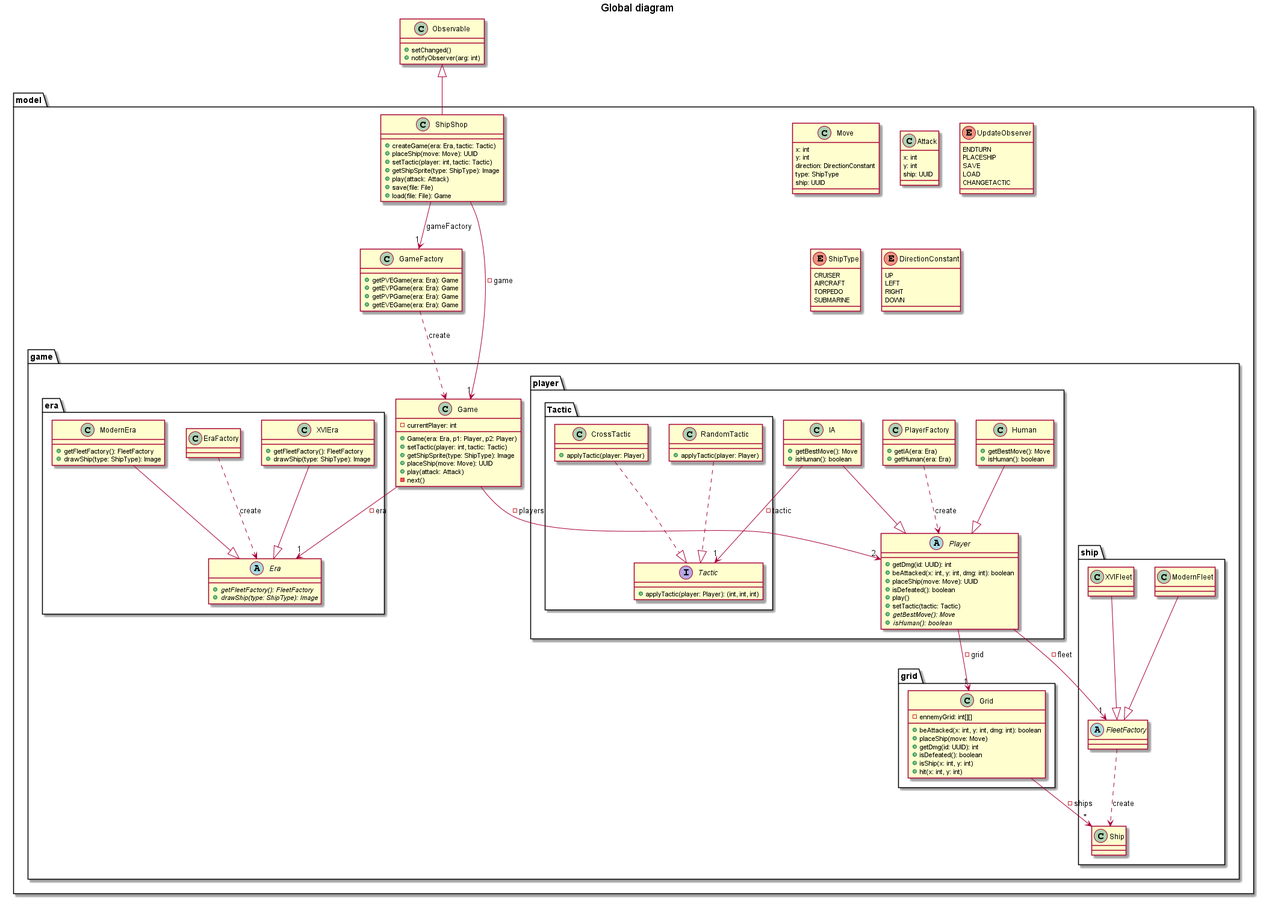
Reynault/ShipShop keeps this PlantUML diagram as doc/conception/image/class/global.png. Above is the earlier version.
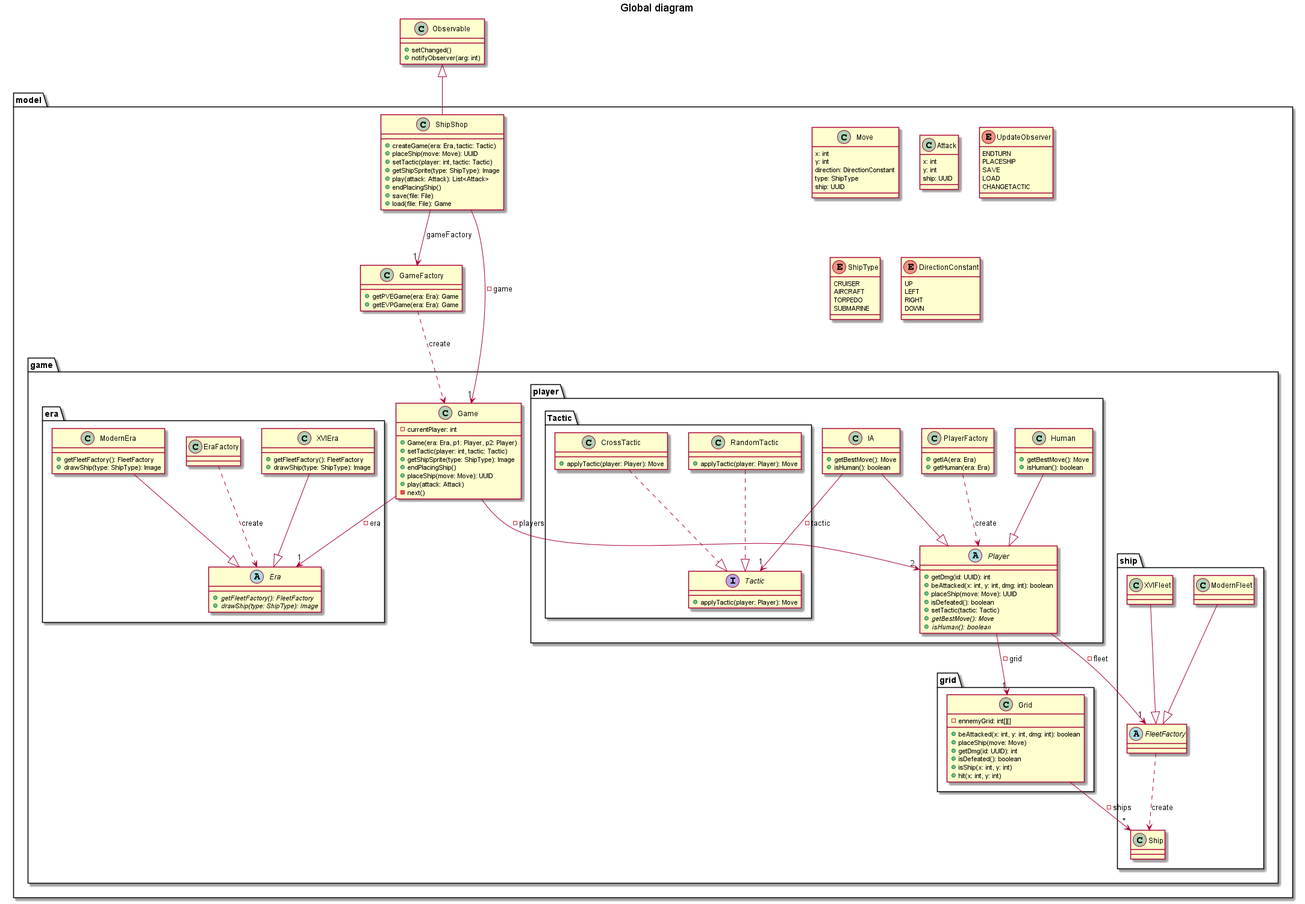
The same diagram one commit later.

The edit, as a diff of the source:
```diff
@@ -26,8 +26,6 @@
     class GameFactory{
         + getPVEGame(era: Era): Game
         + getEVPGame(era: Era): Game
-        + getPVPGame(era: Era): Game
-        + getEVEGame(era: Era): Game
     }
 
     enum UpdateObserver{
@@ -57,7 +55,8 @@
         + placeShip(move: Move): UUID
         + setTactic(player: int, tactic: Tactic)
         + getShipSprite(type: ShipType): Image
-        + play(attack: Attack)
+        + play(attack: Attack): List<Attack>
+        + endPlacingShip()
         + save(file: File)
         + load(file: File): Game
     }
@@ -92,6 +91,7 @@
             + Game(era: Era, p1: Player, p2: Player)
             + setTactic(player: int, tactic: Tactic)
             + getShipSprite(type: ShipType): Image
+            + endPlacingShip()
             + placeShip(move: Move): UUID
             + play(attack: Attack)
             - next()
@@ -146,7 +146,6 @@
                 + beAttacked(x: int, y: int, dmg: int): boolean
                 + placeShip(move: Move): UUID
                 + isDefeated(): boolean
-                + play()
                 + setTactic(tactic: Tactic)
                 + {abstract} getBestMove(): Move
                 + {abstract} isHuman(): boolean
@@ -165,15 +164,15 @@
             package Tactic{
 
                 interface Tactic{
-                    + applyTactic(player: Player): (int, int, int)
+                    + applyTactic(player: Player): Move
                 }
 
                 class RandomTactic{
-                    + applyTactic(player: Player)
+                    + applyTactic(player: Player): Move
                 }
 
                 class CrossTactic{
-                    + applyTactic(player: Player)
+                    + applyTactic(player: Player): Move
                 }
 
             }
```
